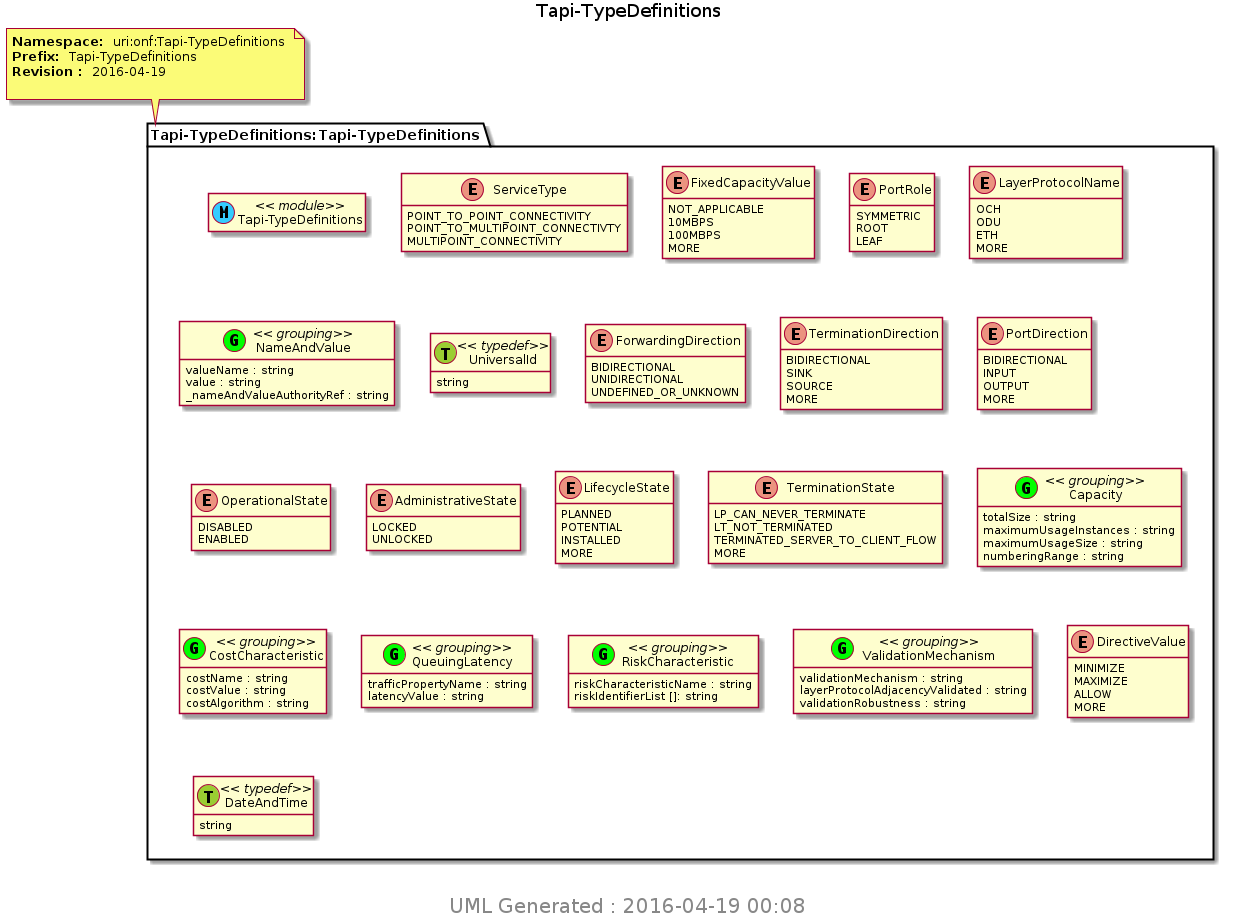
This is TransportAPI/YANG/pyang_uml/Tapi-TypeDefinitions.png from Open-Network-Models-and-Interfaces-ONMI/TAPI, a PlantUML export, as it was before one commit.
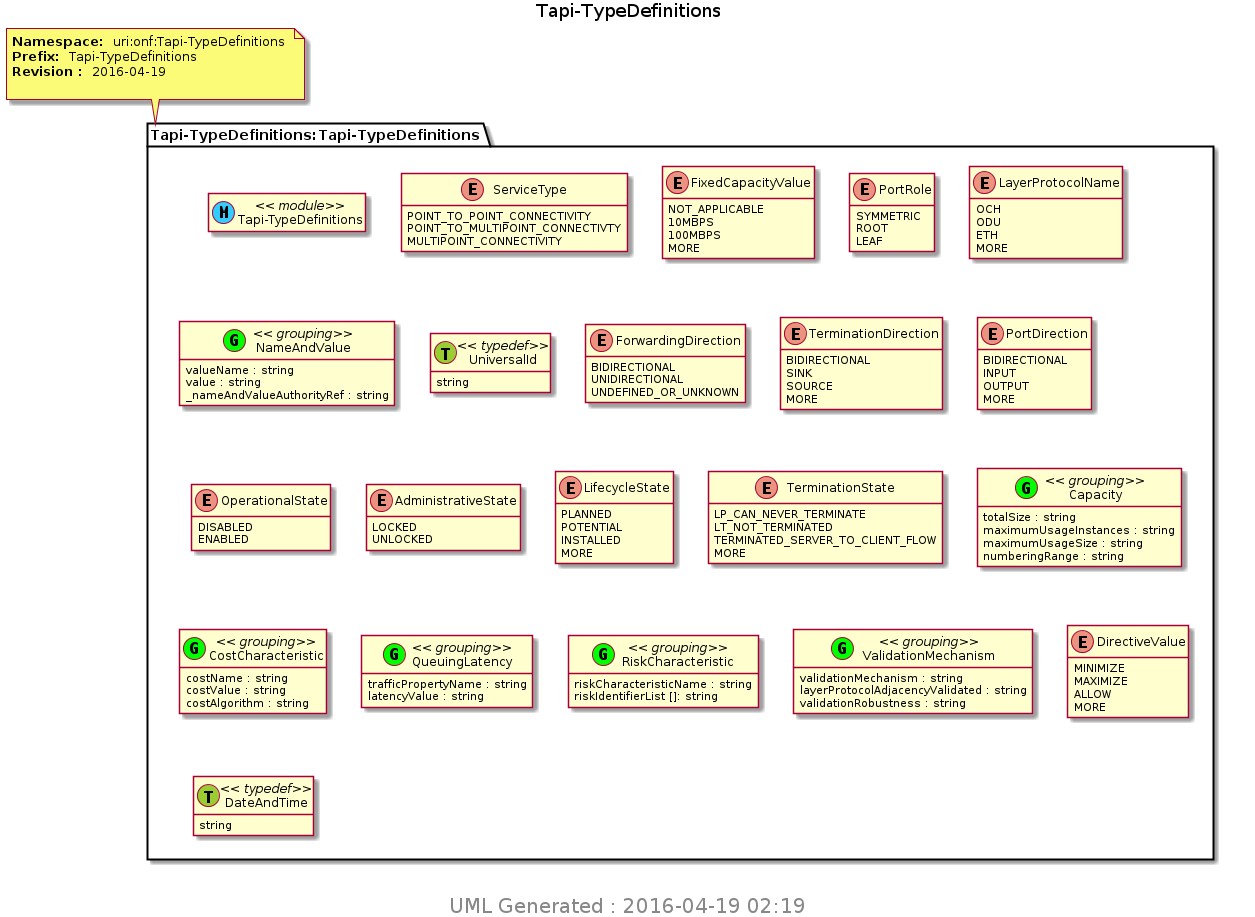
Above is the later version.

What changed in the source:
```diff
@@ -106,6 +106,6 @@
 }
 
 center footer
- <size:20> UML Generated : 2016-04-19 00:08 </size>
+ <size:20> UML Generated : 2016-04-19 02:19 </size>
  endfooter
 @enduml
```
